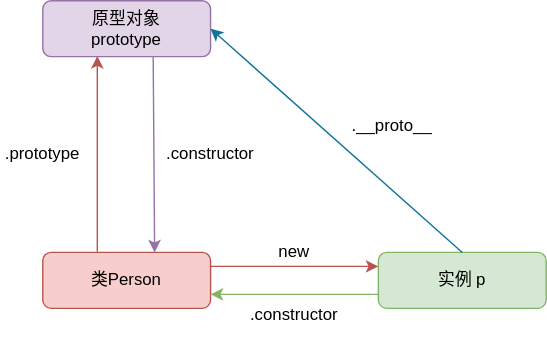
overnote/over-javascript keeps this draw.io diagram as images/javascript/prototype-01.svg. Above is the earlier version. Source tidied: cells renumbered, new cells last; positions are measured from the earlier drawing's top-left corner, leaving out a move shared by most shapes.
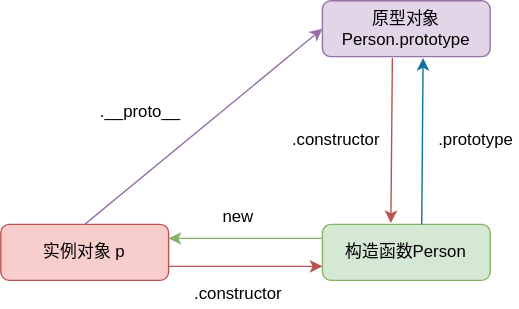
Later version of the same file.

Change to the diagram source:
```diff
@@ -2,46 +2,44 @@
   <root>
     <mxCell id="0" />
     <mxCell id="1" parent="0" />
-    <mxCell id="2" value=".__proto__" style="text;html=1;strokeColor=none;fillColor=none;align=center;verticalAlign=middle;whiteSpace=wrap;rounded=0;" parent="1" vertex="1">
-      <mxGeometry x="250" y="80" width="60" height="20" as="geometry" />
+    <mxCell id="2" value=".prototype" style="text;html=1;strokeColor=none;fillColor=none;align=center;verticalAlign=middle;whiteSpace=wrap;rounded=0;" parent="1" vertex="1">
+      <mxGeometry x="350" y="110" width="60" height="20" as="geometry" />
     </mxCell>
     <mxCell id="3" value=".constructor" style="text;html=1;strokeColor=none;fillColor=none;align=center;verticalAlign=middle;whiteSpace=wrap;rounded=0;" parent="1" vertex="1">
-      <mxGeometry x="120" y="100" width="60" height="20" as="geometry" />
+      <mxGeometry x="250" y="110" width="60" height="20" as="geometry" />
     </mxCell>
-    <mxCell id="4" value=".prototype" style="text;html=1;strokeColor=none;fillColor=none;align=center;verticalAlign=middle;whiteSpace=wrap;rounded=0;" parent="1" vertex="1">
-      <mxGeometry y="100" width="60" height="20" as="geometry" />
+    <mxCell id="4" value=".__proto__" style="text;html=1;strokeColor=none;fillColor=none;align=center;verticalAlign=middle;whiteSpace=wrap;rounded=0;" parent="1" vertex="1">
+      <mxGeometry x="110" y="90" width="60" height="20" as="geometry" />
     </mxCell>
-    <mxCell id="5" value="类Person" style="rounded=1;whiteSpace=wrap;html=1;fillColor=#f8cecc;strokeColor=#b85450;" parent="1" vertex="1">
-      <mxGeometry x="30" y="180" width="120" height="40" as="geometry" />
+    <mxCell id="5" value="实例对象 p" style="rounded=1;whiteSpace=wrap;html=1;fillColor=#f8cecc;strokeColor=#b85450;" parent="1" vertex="1">
+      <mxGeometry x="40" y="180" width="120" height="40" as="geometry" />
     </mxCell>
-    <mxCell id="6" value="实例 p" style="rounded=1;whiteSpace=wrap;html=1;fillColor=#d5e8d4;strokeColor=#82b366;" parent="1" vertex="1">
+    <mxCell id="6" value="构造函数Person" style="rounded=1;whiteSpace=wrap;html=1;fillColor=#d5e8d4;strokeColor=#82b366;" parent="1" vertex="1">
       <mxGeometry x="270" y="180" width="120" height="40" as="geometry" />
     </mxCell>
-    <mxCell id="7" value="原型对象&lt;br&gt;prototype" style="rounded=1;whiteSpace=wrap;html=1;fillColor=#e1d5e7;strokeColor=#9673a6;" parent="1" vertex="1">
-      <mxGeometry x="30" width="120" height="40" as="geometry" />
+    <mxCell id="7" value="原型对象&lt;br&gt;Person.prototype" style="rounded=1;whiteSpace=wrap;html=1;fillColor=#e1d5e7;strokeColor=#9673a6;" parent="1" vertex="1">
+      <mxGeometry x="270" y="20" width="120" height="40" as="geometry" />
     </mxCell>
-    <mxCell id="8" style="endArrow=classic;html=1;exitX=0.5;exitY=0;exitDx=0;exitDy=0;entryX=1;entryY=0.5;entryDx=0;entryDy=0;fillColor=#b1ddf0;strokeColor=#10739e;" parent="1" edge="1" source="6" target="7">
+    <mxCell id="8" style="endArrow=classic;html=1;exitX=0.592;exitY=0;exitDx=0;exitDy=0;fillColor=#b1ddf0;strokeColor=#10739e;exitPerimeter=0;entryX=0.6;entryY=1.025;entryDx=0;entryDy=0;entryPerimeter=0;" parent="1" edge="1" source="6" target="7">
       <mxGeometry relative="1" as="geometry" />
     </mxCell>
-    <mxCell id="9" style="endArrow=classic;html=1;exitX=0.325;exitY=-0.012;exitDx=0;exitDy=0;entryX=0.325;entryY=0.988;entryDx=0;entryDy=0;fillColor=#f8cecc;strokeColor=#b85450;exitPerimeter=0;entryPerimeter=0;" parent="1" edge="1" source="5" target="7">
+    <mxCell id="9" style="endArrow=classic;html=1;exitX=0.5;exitY=0;exitDx=0;exitDy=0;entryX=0;entryY=0.5;entryDx=0;entryDy=0;fillColor=#e1d5e7;strokeColor=#9673a6;" parent="1" edge="1" source="5" target="7">
       <mxGeometry relative="1" as="geometry" />
     </mxCell>
-    <mxCell id="10" value="new" style="text;html=1;strokeColor=none;fillColor=none;align=center;verticalAlign=middle;whiteSpace=wrap;rounded=0;" parent="1" vertex="1">
-      <mxGeometry x="190" y="170" width="40" height="20" as="geometry" />
+    <mxCell id="10" value=".constructor" style="text;html=1;strokeColor=none;fillColor=none;align=center;verticalAlign=middle;whiteSpace=wrap;rounded=0;" parent="1" vertex="1">
+      <mxGeometry x="190" y="220" width="40" height="20" as="geometry" />
     </mxCell>
-    <mxCell id="11" style="endArrow=classic;html=1;rounded=0;exitX=1;exitY=0.25;exitDx=0;exitDy=0;entryX=0;entryY=0.25;entryDx=0;entryDy=0;fillColor=#f8cecc;strokeColor=#b85450;" parent="1" edge="1" source="5" target="6">
+    <mxCell id="11" style="endArrow=classic;html=1;rounded=0;entryX=0;entryY=0.75;entryDx=0;entryDy=0;fillColor=#f8cecc;strokeColor=#b85450;exitX=1;exitY=0.75;exitDx=0;exitDy=0;" parent="1" edge="1" source="5" target="6">
       <mxGeometry relative="1" as="geometry" />
     </mxCell>
-    <mxCell id="12" style="endArrow=classic;html=1;rounded=0;entryX=1;entryY=0.75;entryDx=0;entryDy=0;exitX=0;exitY=0.75;exitDx=0;exitDy=0;fillColor=#d5e8d4;strokeColor=#82b366;" parent="1" edge="1" source="6" target="5">
+    <mxCell id="12" style="endArrow=classic;html=1;rounded=0;entryX=1;entryY=0.25;entryDx=0;entryDy=0;exitX=0;exitY=0.25;exitDx=0;exitDy=0;fillColor=#d5e8d4;strokeColor=#82b366;" parent="1" edge="1" source="6" target="5">
       <mxGeometry relative="1" as="geometry" />
     </mxCell>
-    <mxCell id="13" value=".constructor" style="text;html=1;strokeColor=none;fillColor=none;align=center;verticalAlign=middle;whiteSpace=wrap;rounded=0;" parent="1" vertex="1">
-      <mxGeometry x="180" y="210" width="60" height="30" as="geometry" />
+    <mxCell id="13" value="new" style="text;html=1;strokeColor=none;fillColor=none;align=center;verticalAlign=middle;whiteSpace=wrap;rounded=0;" parent="1" vertex="1">
+      <mxGeometry x="180" y="160" width="60" height="30" as="geometry" />
     </mxCell>
-    <mxCell id="14" style="endArrow=classic;html=1;rounded=0;exitX=0.658;exitY=0.988;exitDx=0;exitDy=0;fillColor=#e1d5e7;strokeColor=#9673a6;exitPerimeter=0;" parent="1" edge="1" source="7">
-      <mxGeometry relative="1" as="geometry">
-        <mxPoint x="110" y="180" as="targetPoint" />
-      </mxGeometry>
+    <mxCell id="14" style="endArrow=classic;html=1;rounded=0;exitX=0.417;exitY=1.025;exitDx=0;exitDy=0;fillColor=#f8cecc;strokeColor=#b85450;entryX=0.408;entryY=-0.025;entryDx=0;entryDy=0;entryPerimeter=0;exitPerimeter=0;" parent="1" edge="1" source="7" target="6">
+      <mxGeometry relative="1" as="geometry" />
     </mxCell>
   </root>
 </mxGraphModel>
```
